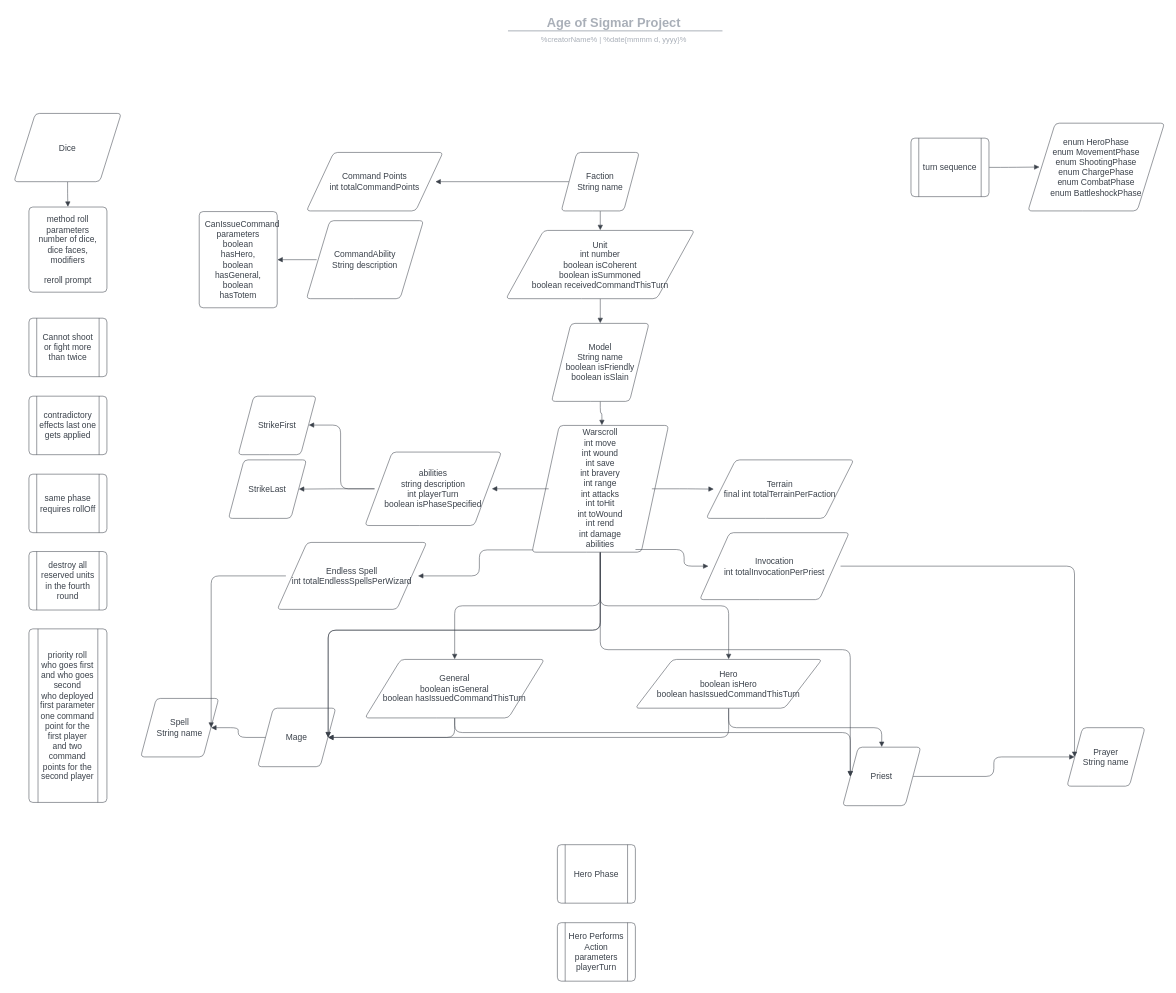
The draw.io diagram AoS.drawio in SangHLee246/AoS, before the edit. Source tidied: cells renumbered, new cells numbered last; positions are measured from the earlier drawing's top-left corner, leaving out a move shared by most shapes. Both pictures are drawn from the tidied source at 65%, with x=0, y=0 at pixel (14, 11).
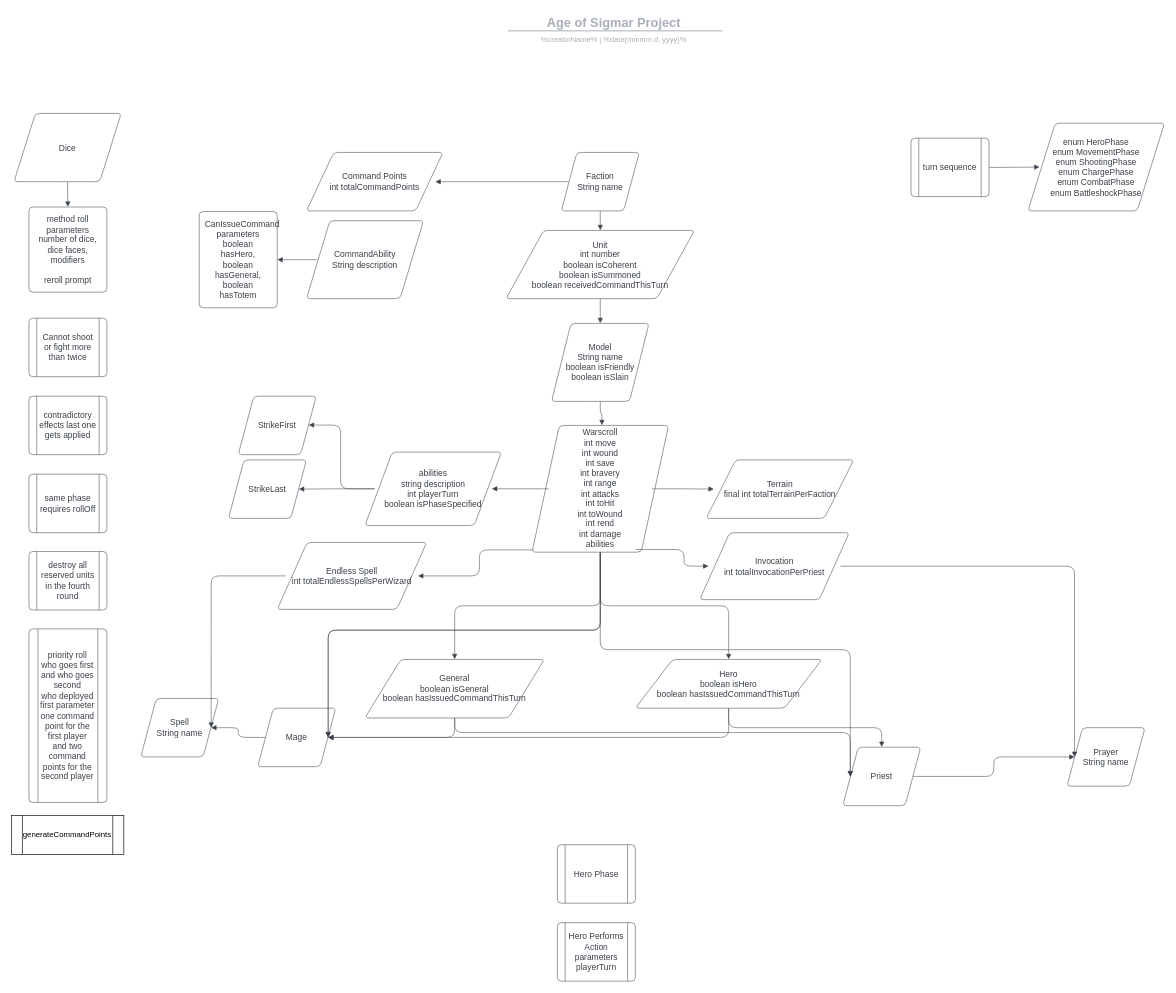
After the change.

Commit message:
Added generateCommantPoints method

Change to the diagram source:
```diff
@@
+    <mxCell id="62" value="generateCommandPoints" style="shape=process;whiteSpace=wrap;html=1;backgroundOutline=1;" parent="1" vertex="1">
+      <mxGeometry x="-4" y="1237" width="173" height="60" as="geometry" />
+    </mxCell>
```
